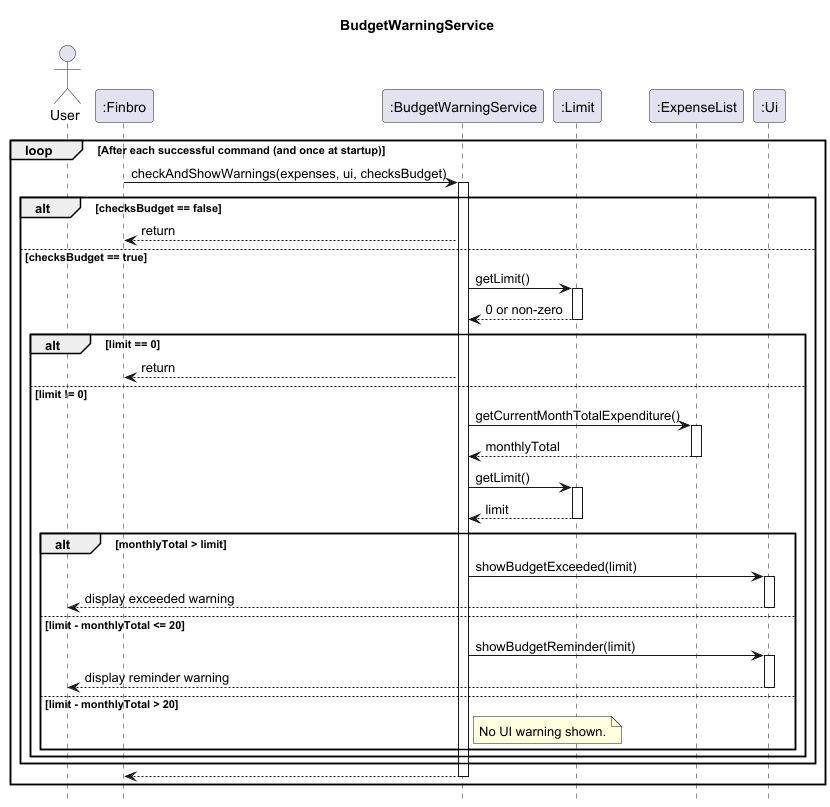
Kushalshah0402/tp keeps this PlantUML diagram as docs/UML_diagrams/images/BudgetWarningService.png. Above is the earlier version.
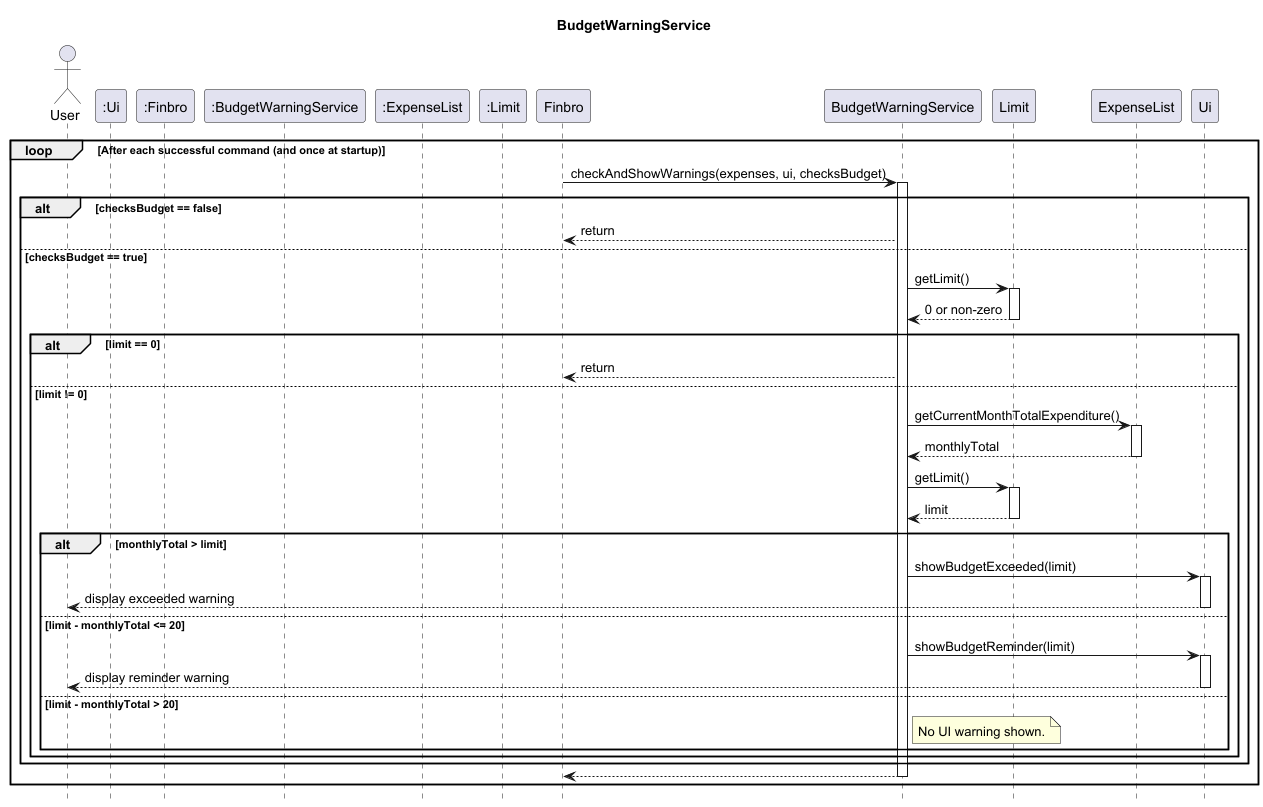
Later version of the same file.

Commit message:
Remove bugs in Budget warning service

The edit, as a diff of the source:
```diff
@@ -4,11 +4,11 @@
 
 actor User
 
-participant ":Finbro" as Finbro
-participant ":BudgetWarningService" as BudgetWarningService
-participant ":Limit" as Limit
-participant ":ExpenseList" as ExpenseList
-participant ":Ui" as Ui
+participant ":Ui"
+participant ":Finbro"
+participant ":BudgetWarningService"
+participant ":ExpenseList"
+participant ":Limit"
 
 loop After each successful command (and once at startup)
     Finbro -> BudgetWarningService++ : checkAndShowWarnings(expenses, ui, checksBudget)
@@ -56,4 +56,5 @@
 
     BudgetWarningService --> Finbro--
 end
+
 @enduml
```
